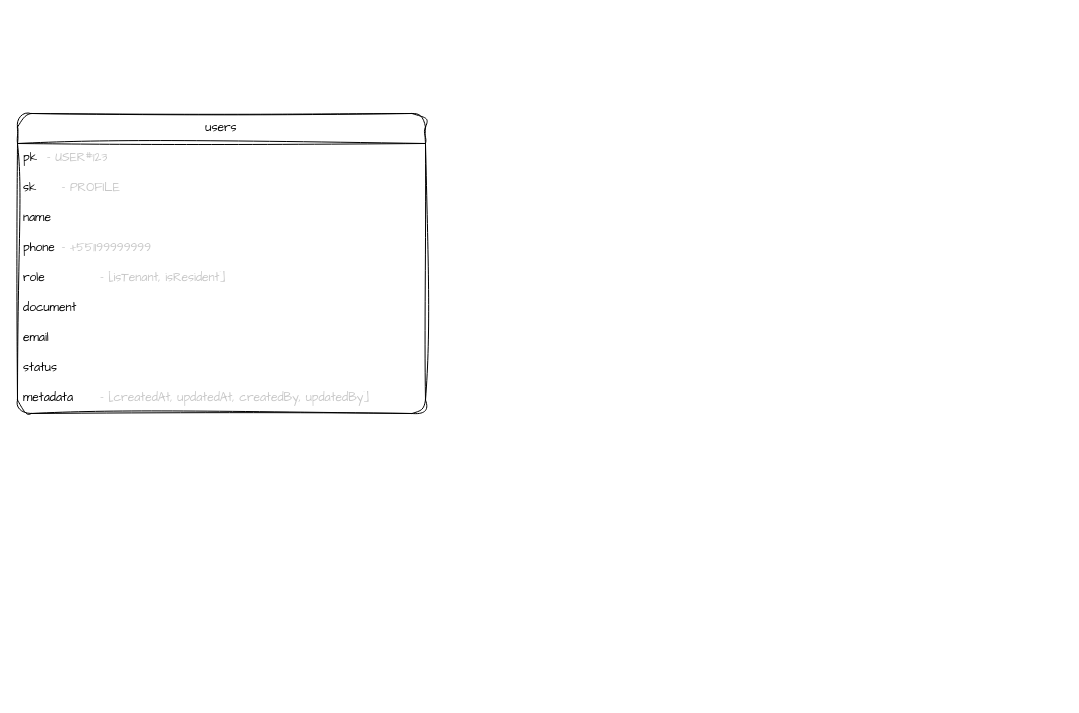
Above: docs/model.drawio in fer-oshiro/imoveis (draw.io), before the change. Source tidied: cells renumbered, new cells numbered last; positions are measured from the earlier drawing's top-left corner, leaving out a move shared by most shapes. Both pictures are drawn from the tidied source at 100%, with x=0, y=0 at pixel (17, 113).
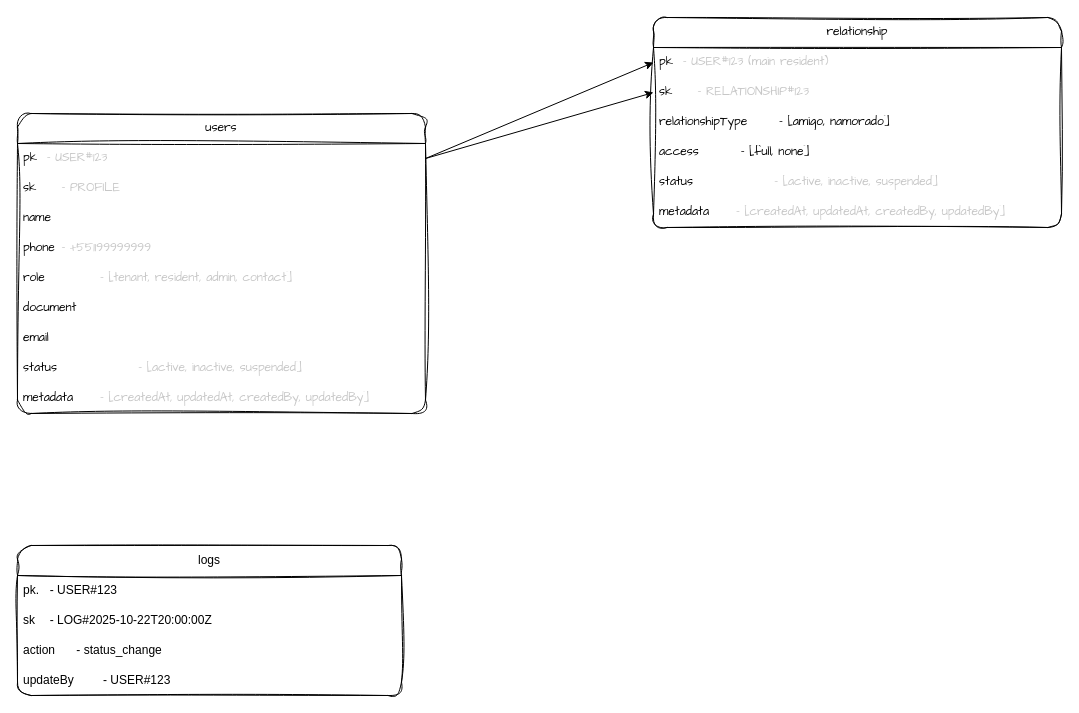
The same diagram, later.

Unchanged cells that the change refers to:
```xml
<mxCell id="2" value="users" style="swimlane;fontStyle=0;horizontal=1;startSize=30;whiteSpace=wrap;html=1;sketch=1;curveFitting=1;jiggle=2;rounded=1;fontFamily=Comic Sans MS;" parent="1" vertex="1">
  <mxGeometry width="408" height="300" as="geometry" />
</mxCell>
<mxCell id="3" value="pk&amp;nbsp; &lt;font style=&quot;color: light-dark(rgb(199, 199, 199), rgb(237, 237, 237));&quot;&gt;- USER#123&lt;/font&gt;" style="text;strokeColor=none;fillColor=none;align=left;verticalAlign=middle;spacingLeft=4;spacingRight=4;overflow=hidden;points=[[0,0.5],[1,0.5]];portConstraint=eastwest;whiteSpace=wrap;html=1;fontFamily=Comic Sans MS;" parent="2" vertex="1">
  <mxGeometry y="30" width="408" height="30" as="geometry" />
</mxCell>
```

Change to the diagram source:
```diff
@@
-    <mxCell id="7" value="role&lt;span style=&quot;white-space: pre;&quot;&gt;&#9;&lt;/span&gt;&lt;span style=&quot;white-space: pre;&quot;&gt;&#9;&lt;/span&gt;&lt;span style=&quot;color: rgb(199, 199, 199);&quot;&gt;-&amp;nbsp;[isTenant, isResident]&lt;/span&gt;" style="text;strokeColor=none;fillColor=none;align=left;verticalAlign=middle;spacingLeft=4;spacingRight=4;overflow=hidden;whiteSpace=wrap;html=1;glass=0;shadow=0;fontFamily=Comic Sans MS;" parent="2" vertex="1">
+    <mxCell id="7" value="role&lt;span style=&quot;white-space: pre;&quot;&gt;&#9;&lt;/span&gt;&lt;span style=&quot;white-space: pre;&quot;&gt;&#9;&lt;/span&gt;&lt;span style=&quot;color: rgb(199, 199, 199);&quot;&gt;-&amp;nbsp;[tenant, resident, admin, contact]&lt;/span&gt;" style="text;strokeColor=none;fillColor=none;align=left;verticalAlign=middle;spacingLeft=4;spacingRight=4;overflow=hidden;whiteSpace=wrap;html=1;glass=0;shadow=0;fontFamily=Comic Sans MS;" parent="2" vertex="1">
       <mxGeometry y="150" width="408" height="30" as="geometry" />
     </mxCell>
@@
-    <mxCell id="10" value="status" style="text;strokeColor=none;fillColor=none;align=left;verticalAlign=middle;spacingLeft=4;spacingRight=4;overflow=hidden;whiteSpace=wrap;html=1;glass=0;shadow=0;fontFamily=Comic Sans MS;" parent="2" vertex="1">
+    <mxCell id="10" value="status&amp;nbsp;&lt;span style=&quot;white-space: pre;&quot;&gt;&#9;&lt;span style=&quot;white-space: pre;&quot;&gt;&#9;&lt;/span&gt;&lt;font style=&quot;color: rgb(199, 199, 199);&quot;&gt;- [active, inactive, suspended]&lt;/font&gt;&lt;/span&gt;" style="text;strokeColor=none;fillColor=none;align=left;verticalAlign=middle;spacingLeft=4;spacingRight=4;overflow=hidden;whiteSpace=wrap;html=1;glass=0;shadow=0;fontFamily=Comic Sans MS;" parent="2" vertex="1">
       <mxGeometry y="240" width="408" height="30" as="geometry" />
     </mxCell>
@@
+    <mxCell id="12" value="logs" style="swimlane;fontStyle=0;horizontal=1;startSize=30;whiteSpace=wrap;html=1;rounded=1;sketch=1;curveFitting=1;jiggle=2;" parent="1" vertex="1">
+      <mxGeometry y="432" width="384" height="150" as="geometry" />
+    </mxCell>
+    <mxCell id="13" value="pk.&amp;nbsp;&lt;span style=&quot;white-space: pre;&quot;&gt;&#9;&lt;/span&gt;- USER#123" style="text;strokeColor=none;fillColor=none;align=left;verticalAlign=middle;spacingLeft=4;spacingRight=4;overflow=hidden;whiteSpace=wrap;html=1;" parent="12" vertex="1">
+      <mxGeometry y="30" width="384" height="30" as="geometry" />
+    </mxCell>
+    <mxCell id="14" value="sk&amp;nbsp;&lt;span style=&quot;white-space: pre;&quot;&gt;&#9;&lt;/span&gt;- LOG#2025-10-22T20:00:00Z" style="text;strokeColor=none;fillColor=none;align=left;verticalAlign=middle;spacingLeft=4;spacingRight=4;overflow=hidden;whiteSpace=wrap;html=1;" parent="12" vertex="1">
+      <mxGeometry y="60" width="384" height="30" as="geometry" />
+    </mxCell>
+    <mxCell id="15" value="action&amp;nbsp;&lt;span style=&quot;white-space: pre;&quot;&gt;&#9;&lt;/span&gt;- status_change" style="text;strokeColor=none;fillColor=none;align=left;verticalAlign=middle;spacingLeft=4;spacingRight=4;overflow=hidden;whiteSpace=wrap;html=1;" parent="12" vertex="1">
+      <mxGeometry y="90" width="384" height="30" as="geometry" />
+    </mxCell>
+    <mxCell id="16" value="updateBy&amp;nbsp;&lt;span style=&quot;white-space: pre;&quot;&gt;&#9;&lt;/span&gt;- USER#123" style="text;strokeColor=none;fillColor=none;align=left;verticalAlign=middle;spacingLeft=4;spacingRight=4;overflow=hidden;whiteSpace=wrap;html=1;" parent="12" vertex="1">
+      <mxGeometry y="120" width="384" height="30" as="geometry" />
+    </mxCell>
+    <mxCell id="17" value="relationship" style="swimlane;fontStyle=0;horizontal=1;startSize=30;whiteSpace=wrap;html=1;sketch=1;curveFitting=1;jiggle=2;rounded=1;fontFamily=Comic Sans MS;" parent="1" vertex="1">
+      <mxGeometry x="636" y="-96" width="408" height="210" as="geometry" />
+    </mxCell>
+    <mxCell id="18" value="pk&amp;nbsp; &lt;font style=&quot;color: light-dark(rgb(199, 199, 199), rgb(237, 237, 237));&quot;&gt;- USER#123 (main resident)&lt;/font&gt;" style="text;strokeColor=none;fillColor=none;align=left;verticalAlign=middle;spacingLeft=4;spacingRight=4;overflow=hidden;points=[[0,0.5],[1,0.5]];portConstraint=eastwest;whiteSpace=wrap;html=1;fontFamily=Comic Sans MS;" parent="17" vertex="1">
+      <mxGeometry y="30" width="408" height="30" as="geometry" />
+    </mxCell>
+    <mxCell id="19" value="&lt;div&gt;sk&lt;span style=&quot;white-space: pre;&quot;&gt;&#9;&lt;/span&gt;&lt;span style=&quot;color: rgb(199, 199, 199); background-color: transparent;&quot;&gt;- RELATIONSHIP#123&lt;/span&gt;&lt;/div&gt;" style="text;strokeColor=none;fillColor=none;align=left;verticalAlign=middle;spacingLeft=4;spacingRight=4;overflow=hidden;points=[[0,0.5],[1,0.5]];portConstraint=eastwest;whiteSpace=wrap;html=1;fontFamily=Comic Sans MS;" parent="17" vertex="1">
+      <mxGeometry y="60" width="408" height="30" as="geometry" />
+    </mxCell>
+    <mxCell id="20" value="relationshipType&amp;nbsp;&lt;span style=&quot;white-space: pre;&quot;&gt;&#9;&lt;/span&gt;&amp;nbsp;- [amigo, namorado]" style="text;strokeColor=none;fillColor=none;align=left;verticalAlign=middle;spacingLeft=4;spacingRight=4;overflow=hidden;whiteSpace=wrap;html=1;glass=0;shadow=0;fontFamily=Comic Sans MS;" parent="17" vertex="1">
+      <mxGeometry y="90" width="408" height="30" as="geometry" />
+    </mxCell>
+    <mxCell id="21" value="access&amp;nbsp;&lt;span style=&quot;white-space: pre;&quot;&gt;&#9;&lt;/span&gt;&amp;nbsp;- [full, none]" style="text;strokeColor=none;fillColor=none;align=left;verticalAlign=middle;spacingLeft=4;spacingRight=4;overflow=hidden;whiteSpace=wrap;html=1;glass=0;shadow=0;fontFamily=Comic Sans MS;" parent="17" vertex="1">
+      <mxGeometry y="120" width="408" height="30" as="geometry" />
+    </mxCell>
+    <mxCell id="22" value="status&amp;nbsp;&lt;span style=&quot;white-space: pre;&quot;&gt;&#9;&lt;span style=&quot;white-space: pre;&quot;&gt;&#9;&lt;/span&gt;&lt;font style=&quot;color: rgb(199, 199, 199);&quot;&gt;- [active, inactive, suspended]&lt;/font&gt;&lt;/span&gt;" style="text;strokeColor=none;fillColor=none;align=left;verticalAlign=middle;spacingLeft=4;spacingRight=4;overflow=hidden;whiteSpace=wrap;html=1;glass=0;shadow=0;fontFamily=Comic Sans MS;" parent="17" vertex="1">
+      <mxGeometry y="150" width="408" height="30" as="geometry" />
+    </mxCell>
+    <mxCell id="23" value="metadata&amp;nbsp;&lt;span style=&quot;white-space: pre;&quot;&gt;&#9;&lt;/span&gt;&lt;font style=&quot;color: rgb(199, 199, 199);&quot;&gt;- [createdAt, updatedAt, createdBy, updatedBy]&lt;/font&gt;" style="text;strokeColor=none;fillColor=none;align=left;verticalAlign=middle;spacingLeft=4;spacingRight=4;overflow=hidden;whiteSpace=wrap;html=1;glass=0;shadow=0;fontFamily=Comic Sans MS;" parent="17" vertex="1">
+      <mxGeometry y="180" width="408" height="30" as="geometry" />
+    </mxCell>
+    <mxCell id="24" style="edgeStyle=none;html=1;exitX=1;exitY=0.5;exitDx=0;exitDy=0;entryX=0;entryY=0.5;entryDx=0;entryDy=0;" parent="1" edge="1" source="3" target="18">
+      <mxGeometry relative="1" as="geometry" />
+    </mxCell>
+    <mxCell id="25" style="edgeStyle=none;html=1;entryX=0;entryY=0.5;entryDx=0;entryDy=0;exitX=1;exitY=0.5;exitDx=0;exitDy=0;" parent="1" edge="1" source="3" target="19">
+      <mxGeometry relative="1" as="geometry" />
+    </mxCell>
```
